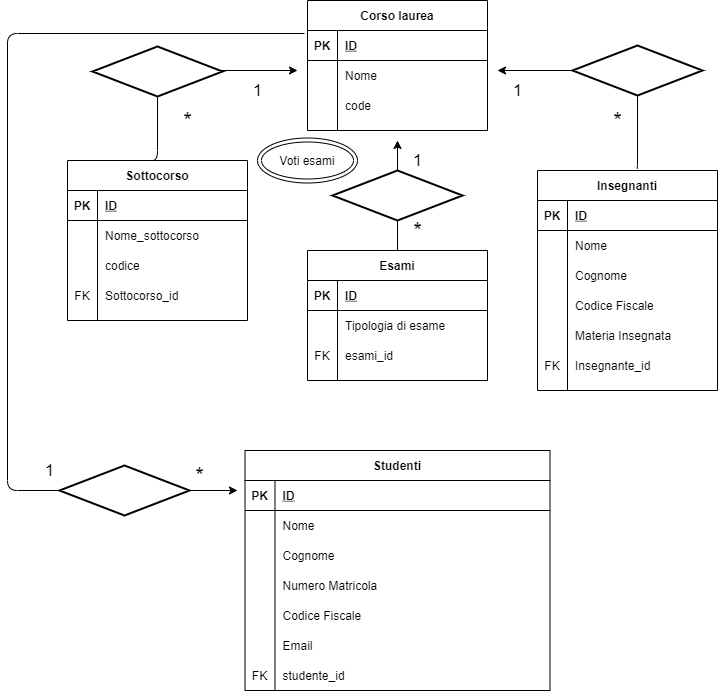
Above: university_db.png in Mithrandir7z/db-university (draw.io), before the change. Source tidied: cells renumbered, new cells last; positions are measured from the earlier drawing's top-left corner, leaving out a move shared by most shapes.
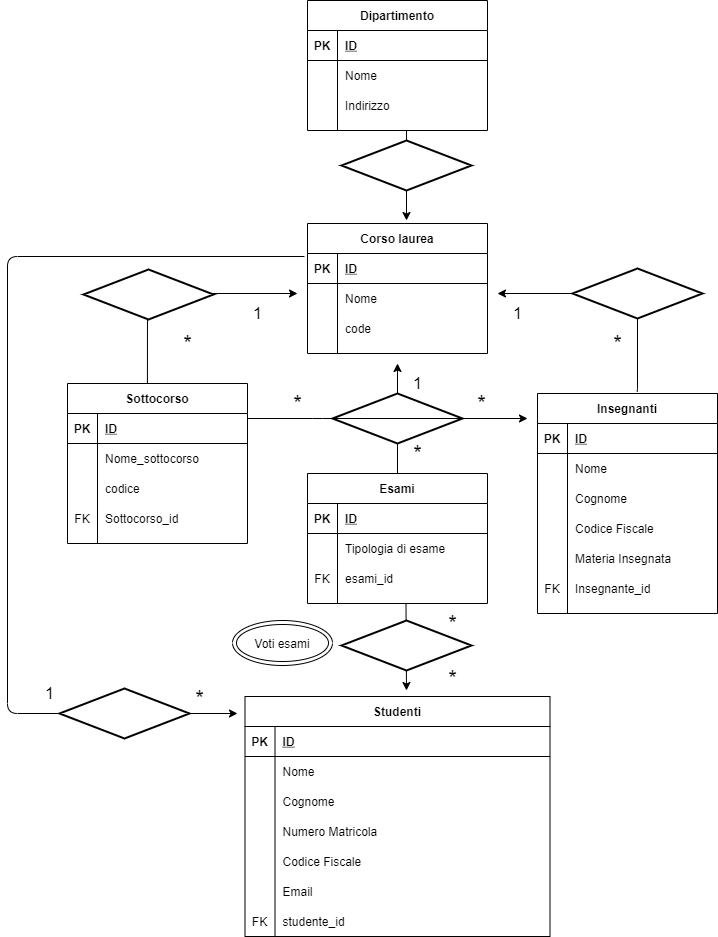
The same file after the commit.

The edit, as a diff of the source:
```diff
@@ -75,6 +75,7 @@
       <mxGeometry relative="1" as="geometry">
         <mxPoint x="290" y="70" as="targetPoint" />
         <Array as="points">
+          <mxPoint x="140" y="360" />
           <mxPoint x="150" y="110" />
         </Array>
       </mxGeometry>
@@ -83,7 +84,7 @@
       <mxGeometry x="240" y="80" width="20" height="20" as="geometry" />
     </mxCell>
     <mxCell id="27" style="strokeWidth=2;html=1;shape=mxgraph.flowchart.decision;whiteSpace=wrap;" parent="1" vertex="1">
-      <mxGeometry x="85" y="46" width="130" height="50" as="geometry" />
+      <mxGeometry x="76" y="46" width="130" height="50" as="geometry" />
     </mxCell>
     <mxCell id="28" value="&lt;font style=&quot;font-size: 22px&quot;&gt;*&lt;/font&gt;" style="text;html=1;align=center;verticalAlign=middle;strokeColor=none;strokeWidth=1;" parent="1" vertex="1">
       <mxGeometry x="170" y="110" width="20" height="20" as="geometry" />
@@ -145,8 +146,9 @@
     <mxCell id="47" value="Insegnante_id" style="shape=partialRectangle;fillColor=none;top=0;left=0;bottom=0;right=0;align=left;spacingLeft=6;overflow=hidden;" parent="45" vertex="1">
       <mxGeometry x="30" width="150" height="30" as="geometry" />
     </mxCell>
-    <mxCell id="48" style="edgeStyle=segmentEdgeStyle;endArrow=classic;html=1;exitX=0.55;exitY=-0.012;exitDx=0;exitDy=0;exitPerimeter=0;" parent="1" edge="1" source="29">
+    <mxCell id="48" style="edgeStyle=segmentEdgeStyle;endArrow=classic;html=1;exitX=0.55;exitY=-0.012;exitDx=0;exitDy=0;exitPerimeter=0;" parent="1" edge="1">
       <mxGeometry relative="1" as="geometry">
+        <mxPoint x="629" y="167.4" as="sourcePoint" />
         <mxPoint x="490" y="70" as="targetPoint" />
         <Array as="points">
           <mxPoint x="630" y="168" />
@@ -207,7 +209,7 @@
       <mxGeometry x="400" y="150" width="20" height="20" as="geometry" />
     </mxCell>
     <mxCell id="66" value="Studenti" style="shape=table;startSize=30;rowLines=0;fontStyle=1;align=center;" parent="1" vertex="1">
-      <mxGeometry x="237.5" y="450" width="305" height="240" as="geometry" />
+      <mxGeometry x="237.5" y="473" width="305" height="240" as="geometry" />
     </mxCell>
     <mxCell id="67" style="shape=partialRectangle;fillColor=none;top=0;left=0;bottom=1;right=0;" parent="66" vertex="1">
       <mxGeometry y="30" width="305" height="30" as="geometry" />
@@ -290,7 +292,77 @@
       <mxGeometry x="32" y="460" width="20" height="20" as="geometry" />
     </mxCell>
     <mxCell id="92" value="Voti esami" style="ellipse;shape=doubleEllipse;whiteSpace=wrap;html=1;strokeWidth=1;" parent="1" vertex="1">
-      <mxGeometry x="250" y="137.5" width="100" height="45" as="geometry" />
+      <mxGeometry x="225" y="397" width="100" height="45" as="geometry" />
     </mxCell>
+    <mxCell id="93" value="Dipartimento" style="shape=table;startSize=30;rowLines=0;fontStyle=1;align=center;" parent="1" vertex="1">
+      <mxGeometry x="300" y="-223" width="180" height="130" as="geometry" />
+    </mxCell>
+    <mxCell id="94" style="shape=partialRectangle;fillColor=none;top=0;left=0;bottom=1;right=0;" parent="93" vertex="1">
+      <mxGeometry y="30" width="180" height="30" as="geometry" />
+    </mxCell>
+    <mxCell id="95" value="PK" style="shape=partialRectangle;fillColor=none;top=0;left=0;bottom=0;right=0;fontStyle=1;overflow=hidden;" parent="94" vertex="1">
+      <mxGeometry width="30" height="30" as="geometry" />
+    </mxCell>
+    <mxCell id="96" value="ID" style="shape=partialRectangle;fillColor=none;top=0;left=0;bottom=0;right=0;align=left;spacingLeft=6;fontStyle=5;overflow=hidden;" parent="94" vertex="1">
+      <mxGeometry x="30" width="150" height="30" as="geometry" />
+    </mxCell>
+    <mxCell id="97" style="shape=partialRectangle;fillColor=none;top=0;left=0;bottom=0;right=0;" parent="93" vertex="1">
+      <mxGeometry y="60" width="180" height="30" as="geometry" />
+    </mxCell>
+    <mxCell id="98" style="shape=partialRectangle;fillColor=none;top=0;left=0;bottom=0;right=0;overflow=hidden;" parent="97" vertex="1">
+      <mxGeometry width="30" height="30" as="geometry" />
+    </mxCell>
+    <mxCell id="99" value="Nome" style="shape=partialRectangle;fillColor=none;top=0;left=0;bottom=0;right=0;align=left;spacingLeft=6;overflow=hidden;" parent="97" vertex="1">
+      <mxGeometry x="30" width="150" height="30" as="geometry" />
+    </mxCell>
+    <mxCell id="100" style="shape=partialRectangle;fillColor=none;top=0;left=0;bottom=0;right=0;" parent="93" vertex="1">
+      <mxGeometry y="90" width="180" height="30" as="geometry" />
+    </mxCell>
+    <mxCell id="101" style="shape=partialRectangle;fillColor=none;top=0;left=0;bottom=0;right=0;overflow=hidden;" parent="100" vertex="1">
+      <mxGeometry width="30" height="30" as="geometry" />
+    </mxCell>
+    <mxCell id="102" value="Indirizzo" style="shape=partialRectangle;fillColor=none;top=0;left=0;bottom=0;right=0;align=left;spacingLeft=6;overflow=hidden;" parent="100" vertex="1">
+      <mxGeometry x="30" width="150" height="30" as="geometry" />
+    </mxCell>
+    <mxCell id="103" style="edgeStyle=segmentEdgeStyle;endArrow=classic;html=1;" parent="1" edge="1">
+      <mxGeometry relative="1" as="geometry">
+        <mxPoint x="399" y="-93" as="sourcePoint" />
+        <mxPoint x="399" y="-3" as="targetPoint" />
+      </mxGeometry>
+    </mxCell>
+    <mxCell id="104" style="strokeWidth=2;html=1;shape=mxgraph.flowchart.decision;whiteSpace=wrap;" parent="1" vertex="1">
+      <mxGeometry x="334" y="-83" width="130" height="50" as="geometry" />
+    </mxCell>
+    <mxCell id="105" style="edgeStyle=segmentEdgeStyle;endArrow=classic;html=1;" parent="1" edge="1">
+      <mxGeometry relative="1" as="geometry">
+        <mxPoint x="398.5" y="380" as="sourcePoint" />
+        <mxPoint x="399" y="467" as="targetPoint" />
+      </mxGeometry>
+    </mxCell>
+    <mxCell id="106" style="strokeWidth=2;html=1;shape=mxgraph.flowchart.decision;whiteSpace=wrap;" parent="1" vertex="1">
+      <mxGeometry x="334" y="397" width="130" height="50" as="geometry" />
+    </mxCell>
+    <mxCell id="107" value="&lt;font style=&quot;font-size: 22px&quot;&gt;*&lt;/font&gt;" style="text;html=1;align=center;verticalAlign=middle;strokeColor=none;strokeWidth=1;" parent="1" vertex="1">
+      <mxGeometry x="435" y="390" width="20" height="20" as="geometry" />
+    </mxCell>
+    <mxCell id="108" value="&lt;font style=&quot;font-size: 22px&quot;&gt;*&lt;/font&gt;" style="text;html=1;align=center;verticalAlign=middle;strokeColor=none;strokeWidth=1;" parent="1" vertex="1">
+      <mxGeometry x="435" y="445" width="20" height="20" as="geometry" />
+    </mxCell>
+    <mxCell id="109" style="edgeStyle=elbowEdgeStyle;elbow=horizontal;endArrow=classic;html=1;" parent="1" edge="1">
+      <mxGeometry relative="1" as="geometry">
+        <mxPoint x="240" y="195" as="sourcePoint" />
+        <mxPoint x="520" y="195" as="targetPoint" />
+        <Array as="points">
+          <mxPoint x="315" y="485" />
+          <mxPoint x="325" y="235" />
+        </Array>
+      </mxGeometry>
+    </mxCell>
+    <mxCell id="110" value="&lt;font style=&quot;font-size: 22px&quot;&gt;*&lt;/font&gt;" style="text;html=1;align=center;verticalAlign=middle;strokeColor=none;strokeWidth=1;" parent="1" vertex="1">
+      <mxGeometry x="464" y="170" width="20" height="20" as="geometry" />
+    </mxCell>
+    <mxCell id="111" value="&lt;font style=&quot;font-size: 22px&quot;&gt;*&lt;/font&gt;" style="text;html=1;align=center;verticalAlign=middle;strokeColor=none;strokeWidth=1;" parent="1" vertex="1">
+      <mxGeometry x="280" y="170" width="20" height="20" as="geometry" />
+    </mxCell>
   </root>
 </mxGraphModel>
```
